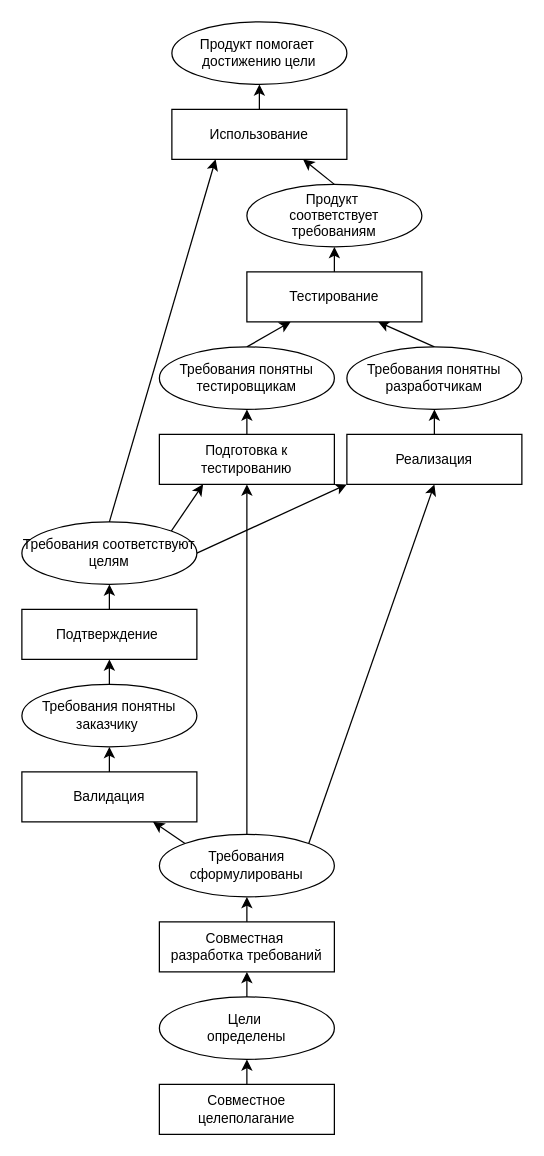
Before: success-history.drawio in chaetal/why-test-first, a draw.io diagram. Source tidied: cells renumbered, new cells numbered last; positions are measured from the earlier drawing's top-left corner, leaving out a move shared by most shapes. Both pictures are drawn from the tidied source at 125%, with x=0, y=0 at pixel (21, 21).
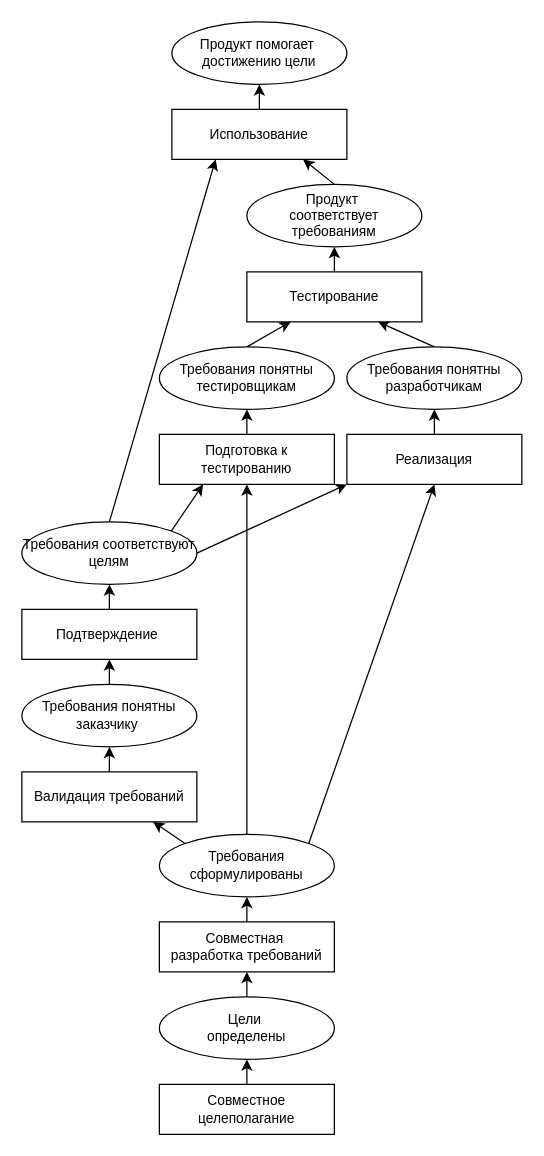
The same page after the edit.

What changed in the source:
```diff
@@
-    <mxCell id="32" value="Валидация" style="whiteSpace=wrap;html=1;fontSize=11;" parent="1" vertex="1">
+    <mxCell id="32" value="Валидация требований" style="whiteSpace=wrap;html=1;fontSize=11;" parent="1" vertex="1">
       <mxGeometry y="600" width="140" height="40" as="geometry" />
     </mxCell>
```
